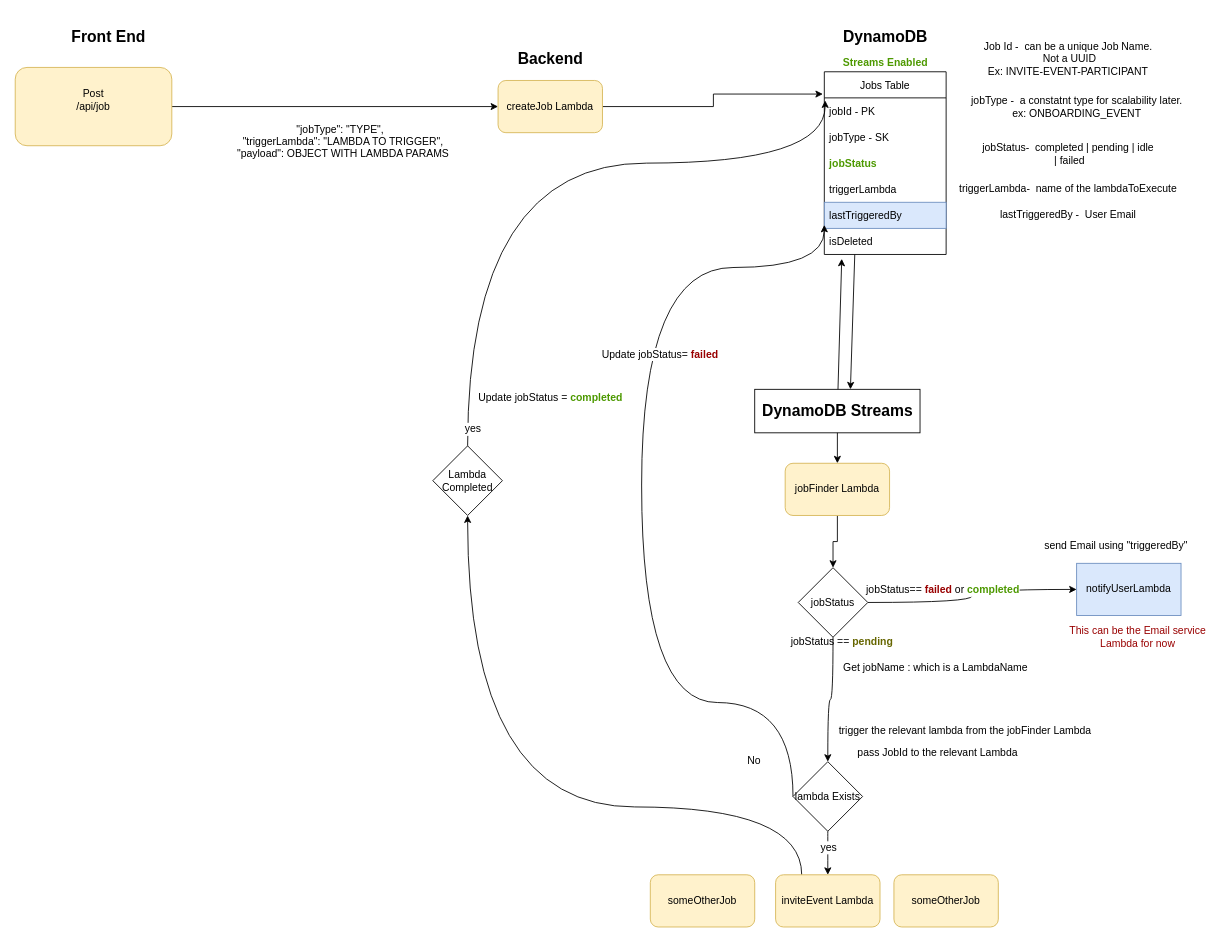
Above: Background Job Flow.drawio in heshanWick/superglu-diagrams (draw.io), before the change. Source tidied: cells renumbered, new cells numbered last; positions are measured from the earlier drawing's top-left corner, leaving out a move shared by most shapes. Both pictures are drawn from the tidied source at 87%, with x=0, y=0 at pixel (15, 15).
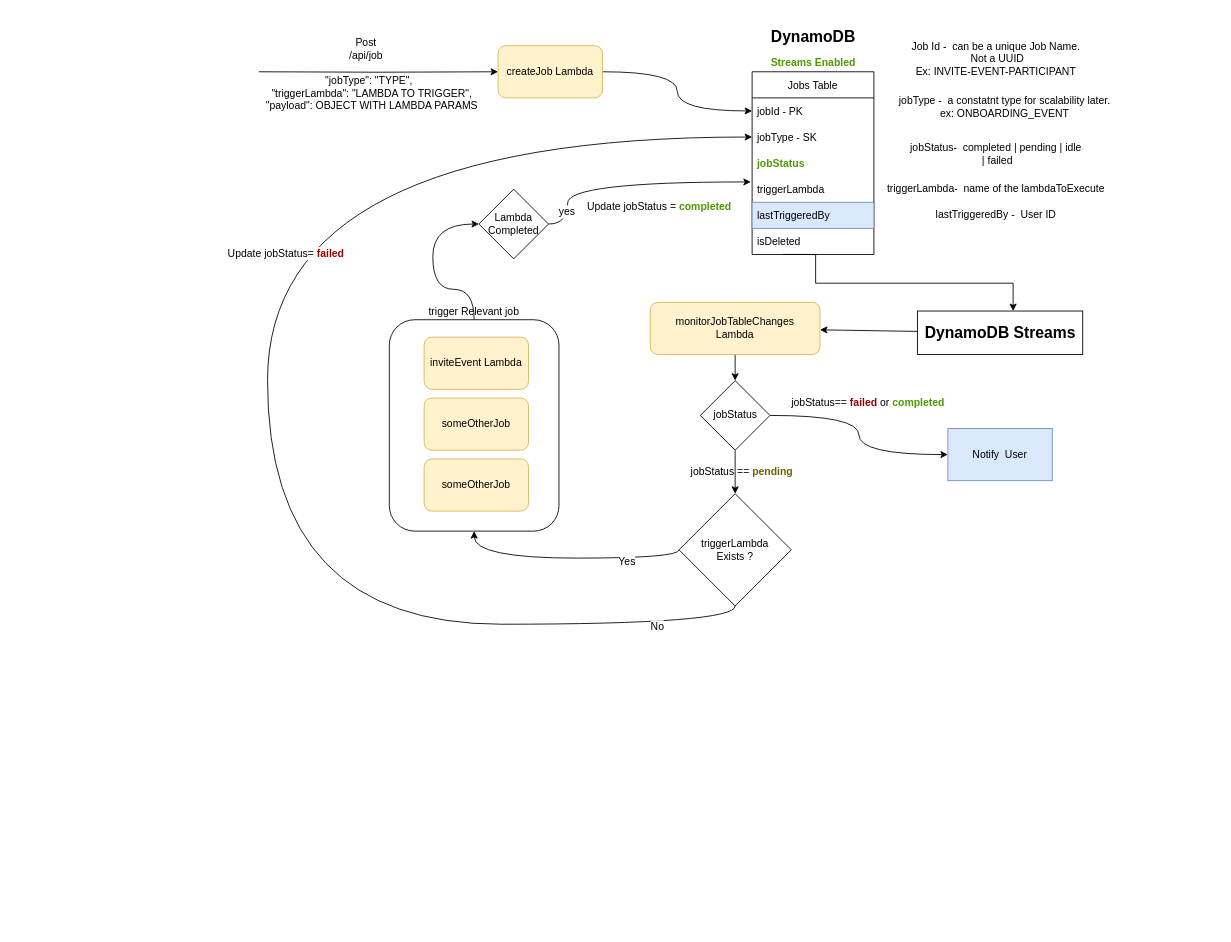
The same diagram, later.

Unchanged cells that the change refers to:
```xml
<mxCell id="4" value="jobId - PK" style="text;strokeColor=none;fillColor=none;align=left;verticalAlign=middle;spacingLeft=4;spacingRight=4;overflow=hidden;points=[[0,0.5],[1,0.5]];portConstraint=eastwest;" parent="3" vertex="1">
  <mxGeometry y="30" width="140" height="30" as="geometry" />
</mxCell>
<mxCell id="5" value="jobType - SK" style="text;strokeColor=none;fillColor=none;align=left;verticalAlign=middle;spacingLeft=4;spacingRight=4;overflow=hidden;points=[[0,0.5],[1,0.5]];portConstraint=eastwest;" parent="3" vertex="1">
  <mxGeometry y="60" width="140" height="30" as="geometry" />
</mxCell>
<mxCell id="7" value="triggerLambda" style="text;strokeColor=none;fillColor=none;align=left;verticalAlign=middle;spacingLeft=4;spacingRight=4;overflow=hidden;points=[[0,0.5],[1,0.5]];portConstraint=eastwest;" parent="3" vertex="1">
  <mxGeometry y="120" width="140" height="30" as="geometry" />
</mxCell>
<mxCell id="9" value="isDeleted" style="text;strokeColor=none;fillColor=none;align=left;verticalAlign=middle;spacingLeft=4;spacingRight=4;overflow=hidden;points=[[0,0.5],[1,0.5]];portConstraint=eastwest;" parent="3" vertex="1">
  <mxGeometry y="180" width="140" height="30" as="geometry" />
</mxCell>
<mxCell id="40" style="edgeStyle=orthogonalEdgeStyle;curved=1;rounded=0;jettySize=auto;html=1;fontSize=12;entryX=0;entryY=0.5;entryDx=0;entryDy=0;" parent="1" edge="1" source="42" target="44">
  <mxGeometry relative="1" as="geometry" />
</mxCell>
```

The edit, as a diff of the source:
```diff
@@
     <mxCell id="2" value="&lt;b&gt;&lt;font color=&quot;#4D9900&quot;&gt;Streams Enabled&lt;/font&gt;&lt;/b&gt;" style="text;html=1;align=center;verticalAlign=middle;strokeColor=none;fillColor=none;" parent="1" vertex="1">
-      <mxGeometry x="945" y="45" width="110" height="20" as="geometry" />
+      <mxGeometry x="862" y="45" width="110" height="20" as="geometry" />
     </mxCell>
     <mxCell id="3" value="Jobs Table" style="swimlane;fontStyle=0;horizontal=1;startSize=30;" parent="1" vertex="1">
-      <mxGeometry x="930" y="65" width="140" height="210" as="geometry" />
+      <mxGeometry x="847" y="65" width="140" height="210" as="geometry" />
     </mxCell>
@@
     <mxCell id="10" value="DynamoDB" style="text;html=1;align=center;verticalAlign=middle;strokeColor=none;fillColor=none;fontSize=18;fontStyle=1;" parent="1" vertex="1">
-      <mxGeometry x="945" y="10" width="110" height="30" as="geometry" />
+      <mxGeometry x="862" y="10" width="110" height="30" as="geometry" />
     </mxCell>
     <mxCell id="11" value="&lt;h1 class=&quot;topictitle&quot; id=&quot;Streams&quot; style=&quot;font-size: 18px;&quot;&gt;DynamoDB Streams&lt;/h1&gt;" style="text;html=1;align=center;verticalAlign=middle;points=[];strokeColor=default;fillColor=none;fontSize=18;" parent="1" vertex="1">
-      <mxGeometry x="850" y="430" width="190" height="50" as="geometry" />
+      <mxGeometry x="1037" y="340" width="190" height="50" as="geometry" />
     </mxCell>
-    <mxCell id="12" value="&lt;h1 class=&quot;topictitle&quot; id=&quot;Streams&quot; style=&quot;font-size: 18px&quot;&gt;Backend&lt;br&gt;&lt;/h1&gt;" style="text;html=1;align=center;verticalAlign=middle;strokeColor=none;fillColor=none;fontSize=18;" parent="1" vertex="1">
-      <mxGeometry x="570" y="25" width="90" height="50" as="geometry" />
-    </mxCell>
-    <mxCell id="13" style="edgeStyle=orthogonalEdgeStyle;rounded=0;jettySize=auto;html=1;fontSize=12;entryX=-0.012;entryY=0.122;entryDx=0;entryDy=0;entryPerimeter=0;" parent="1" edge="1" source="14" target="3">
+    <mxCell id="13" style="edgeStyle=orthogonalEdgeStyle;rounded=0;jettySize=auto;html=1;fontSize=12;entryX=0;entryY=0.5;entryDx=0;entryDy=0;curved=1;" parent="1" edge="1" source="14" target="4">
       <mxGeometry relative="1" as="geometry" />
     </mxCell>
     <mxCell id="14" value="createJob Lambda" style="rounded=1;whiteSpace=wrap;html=1;fontSize=12;fillColor=#fff2cc;strokeColor=#d6b656;" parent="1" vertex="1">
-      <mxGeometry x="555" y="75" width="120" height="60" as="geometry" />
+      <mxGeometry x="555" y="35" width="120" height="60" as="geometry" />
     </mxCell>
     <mxCell id="15" value="&lt;div&gt;Job Id -&amp;nbsp; can be a unique Job Name.&lt;/div&gt;&lt;div&gt;&amp;nbsp;Not a UUID&lt;/div&gt;&lt;div&gt;Ex: INVITE-EVENT-PARTICIPANT&lt;br&gt;&lt;/div&gt;" style="text;html=1;align=center;verticalAlign=middle;strokeColor=none;fillColor=none;fontSize=12;" parent="1" vertex="1">
-      <mxGeometry x="1105" y="25" width="210" height="50" as="geometry" />
+      <mxGeometry x="1022" y="25" width="210" height="50" as="geometry" />
     </mxCell>
     <mxCell id="16" value="&lt;div&gt;jobStatus-&amp;nbsp; completed | pending | idle&lt;br&gt;&lt;/div&gt;&amp;nbsp;| failed" style="text;html=1;align=center;verticalAlign=middle;strokeColor=none;fillColor=none;fontSize=12;" parent="1" vertex="1">
-      <mxGeometry x="1100" y="145" width="220" height="30" as="geometry" />
+      <mxGeometry x="1017" y="145" width="220" height="30" as="geometry" />
     </mxCell>
     <mxCell id="17" value="&lt;div&gt;jobType -&amp;nbsp; a constatnt type for scalability later.&lt;/div&gt;&lt;div&gt;ex: ONBOARDING_EVENT &lt;br&gt;&lt;/div&gt;" style="text;html=1;align=center;verticalAlign=middle;strokeColor=none;fillColor=none;fontSize=12;" parent="1" vertex="1">
-      <mxGeometry x="1090" y="90" width="260" height="30" as="geometry" />
+      <mxGeometry x="1007" y="90" width="260" height="30" as="geometry" />
     </mxCell>
-    <mxCell id="18" style="endArrow=classic;html=1;rounded=0;fontSize=12;" parent="1" edge="1" source="11">
-      <mxGeometry relative="1" as="geometry">
-        <mxPoint x="950" y="280" as="targetPoint" />
-      </mxGeometry>
-    </mxCell>
-    <mxCell id="19" style="endArrow=classic;html=1;rounded=0;fontSize=12;exitX=0.25;exitY=1;exitDx=0;exitDy=0;entryX=0.579;entryY=0;entryDx=0;entryDy=0;entryPerimeter=0;" parent="1" edge="1" source="3" target="11">
-      <mxGeometry relative="1" as="geometry" />
+    <mxCell id="19" style="endArrow=classic;html=1;rounded=0;fontSize=12;exitX=0.25;exitY=1;exitDx=0;exitDy=0;entryX=0.579;entryY=0;entryDx=0;entryDy=0;entryPerimeter=0;edgeStyle=orthogonalEdgeStyle;" parent="1" edge="1" source="3" target="11">
+      <mxGeometry relative="1" as="geometry">
+        <Array as="points">
+          <mxPoint x="920" y="275" />
+          <mxPoint x="920" y="308" />
+          <mxPoint x="1147" y="308" />
+        </Array>
+      </mxGeometry>
     </mxCell>
@@
     <mxCell id="21" value="&lt;div&gt;triggerLambda-&amp;nbsp; name of the lambdaToExecute&lt;br&gt;&lt;/div&gt;" style="text;html=1;align=center;verticalAlign=middle;strokeColor=none;fillColor=none;fontSize=12;" parent="1" vertex="1">
-      <mxGeometry x="1075" y="190" width="270" height="20" as="geometry" />
+      <mxGeometry x="992" y="190" width="270" height="20" as="geometry" />
     </mxCell>
-    <mxCell id="22" value="&lt;div&gt;Get jobName : which is a LambdaName&lt;br&gt;&lt;/div&gt;" style="text;html=1;align=left;verticalAlign=middle;strokeColor=none;fillColor=none;fontSize=12;" parent="1" vertex="1">
-      <mxGeometry x="950" y="740" width="240" height="20" as="geometry" />
-    </mxCell>
-    <mxCell id="23" style="edgeStyle=orthogonalEdgeStyle;rounded=0;jettySize=auto;html=1;exitX=0.25;exitY=0;exitDx=0;exitDy=0;entryX=0.5;entryY=1;entryDx=0;entryDy=0;curved=1;" parent="1" edge="1" source="24" target="30">
-      <mxGeometry relative="1" as="geometry">
-        <Array as="points">
-          <mxPoint x="904" y="910" />
-          <mxPoint x="520" y="910" />
-        </Array>
-      </mxGeometry>
-    </mxCell>
-    <mxCell id="24" value="inviteEvent Lambda" style="rounded=1;whiteSpace=wrap;html=1;fontSize=12;fillColor=#fff2cc;strokeColor=#d6b656;" parent="1" vertex="1">
-      <mxGeometry x="874" y="988" width="120" height="60" as="geometry" />
-    </mxCell>
-    <mxCell id="25" value="trigger the relevant lambda from the jobFinder Lambda" style="text;html=1;align=left;verticalAlign=middle;strokeColor=none;fillColor=none;fontSize=12;" parent="1" vertex="1">
-      <mxGeometry x="945" y="813" width="310" height="20" as="geometry" />
-    </mxCell>
-    <mxCell id="26" value="someOtherJob" style="rounded=1;whiteSpace=wrap;html=1;fontSize=12;fillColor=#fff2cc;strokeColor=#d6b656;" parent="1" vertex="1">
-      <mxGeometry x="730" y="988" width="120" height="60" as="geometry" />
-    </mxCell>
-    <mxCell id="27" value="someOtherJob" style="rounded=1;whiteSpace=wrap;html=1;fontSize=12;fillColor=#fff2cc;strokeColor=#d6b656;" parent="1" vertex="1">
-      <mxGeometry x="1010" y="988" width="120" height="60" as="geometry" />
-    </mxCell>
-    <mxCell id="28" style="endArrow=classic;html=1;rounded=0;fontSize=12;exitX=0.5;exitY=0;exitDx=0;exitDy=0;edgeStyle=orthogonalEdgeStyle;curved=1;entryX=0.007;entryY=0.1;entryDx=0;entryDy=0;entryPerimeter=0;startArrow=none;" parent="1" edge="1" source="30" target="4">
-      <mxGeometry relative="1" as="geometry">
-        <Array as="points">
-          <mxPoint x="520" y="170" />
-          <mxPoint x="931" y="170" />
-        </Array>
-      </mxGeometry>
-    </mxCell>
-    <mxCell id="29" value="yes" style="edgeLabel;html=1;align=center;verticalAlign=middle;fontSize=12;" parent="28" vertex="1">
-      <mxGeometry x="-0.95" y="-5" relative="1" as="geometry" />
-    </mxCell>
+    <mxCell id="54" style="edgeStyle=orthogonalEdgeStyle;curved=1;rounded=0;jettySize=auto;html=1;exitX=1;exitY=0.5;exitDx=0;exitDy=0;entryX=-0.011;entryY=0.221;entryDx=0;entryDy=0;entryPerimeter=0;fontSize=12;" parent="1" edge="1" source="30" target="7">
+      <mxGeometry relative="1" as="geometry">
+        <Array as="points">
+          <mxPoint x="635" y="192" />
+        </Array>
+      </mxGeometry>
+    </mxCell>
+    <mxCell id="55" value="yes" style="edgeLabel;html=1;align=center;verticalAlign=middle;fontSize=12;" parent="54" vertex="1">
+      <mxGeometry x="-0.74" y="2" relative="1" as="geometry" />
+    </mxCell>
     <mxCell id="30" value="&lt;div&gt;Lambda&lt;/div&gt;&lt;div&gt;Completed&lt;br&gt;&lt;/div&gt;" style="rhombus;whiteSpace=wrap;html=1;fontSize=12;" parent="1" vertex="1">
-      <mxGeometry x="480" y="495" width="80" height="80" as="geometry" />
+      <mxGeometry x="533" y="200" width="80" height="80" as="geometry" />
     </mxCell>
-    <mxCell id="31" value="pass JobId to the relevant Lambda" style="text;html=1;align=center;verticalAlign=middle;strokeColor=none;fillColor=none;fontSize=12;" parent="1" vertex="1">
-      <mxGeometry x="960" y="838" width="200" height="20" as="geometry" />
-    </mxCell>
-    <mxCell id="32" style="edgeStyle=orthogonalEdgeStyle;curved=1;rounded=0;jettySize=auto;html=1;fontSize=12;" parent="1" edge="1" source="37" target="24">
-      <mxGeometry relative="1" as="geometry" />
-    </mxCell>
-    <mxCell id="33" value="yes" style="edgeLabel;html=1;align=center;verticalAlign=middle;fontSize=12;" parent="32" vertex="1">
-      <mxGeometry x="-0.28" relative="1" as="geometry" />
-    </mxCell>
-    <mxCell id="34" style="edgeStyle=orthogonalEdgeStyle;curved=1;rounded=0;jettySize=auto;html=1;fontSize=12;entryX=0;entryY=-0.133;entryDx=0;entryDy=0;entryPerimeter=0;exitX=0;exitY=0.5;exitDx=0;exitDy=0;" parent="1" edge="1" source="37" target="9">
+    <mxCell id="34" style="edgeStyle=orthogonalEdgeStyle;curved=1;rounded=0;jettySize=auto;html=1;fontSize=12;exitX=0.5;exitY=1;exitDx=0;exitDy=0;entryX=0;entryY=0.5;entryDx=0;entryDy=0;" parent="1" edge="1" source="37" target="5">
       <mxGeometry relative="1" as="geometry">
         <Array as="points">
-          <mxPoint x="894" y="790" />
-          <mxPoint x="720" y="790" />
-          <mxPoint x="720" y="290" />
-          <mxPoint x="930" y="290" />
+          <mxPoint x="827" y="700" />
+          <mxPoint x="290" y="700" />
+          <mxPoint x="290" y="140" />
         </Array>
       </mxGeometry>
     </mxCell>
@@
     <mxCell id="36" value="Update jobStatus= &lt;b&gt;&lt;font color=&quot;#990000&quot;&gt;failed&lt;/font&gt;&lt;/b&gt;" style="edgeLabel;html=1;align=center;verticalAlign=middle;fontSize=12;" parent="34" vertex="1">
       <mxGeometry x="-0.02" y="-1" relative="1" as="geometry">
-        <mxPoint x="19" y="-173" as="offset" />
+        <mxPoint x="19" y="-164" as="offset" />
       </mxGeometry>
     </mxCell>
+    <mxCell id="56" style="edgeStyle=orthogonalEdgeStyle;rounded=0;jettySize=auto;html=1;exitX=0;exitY=0.5;exitDx=0;exitDy=0;entryX=0.5;entryY=1;entryDx=0;entryDy=0;fontSize=12;curved=1;" parent="1" edge="1" source="37" target="59">
+      <mxGeometry relative="1" as="geometry">
+        <Array as="points">
+          <mxPoint x="527" y="624" />
+        </Array>
+      </mxGeometry>
+    </mxCell>
+    <mxCell id="57" value="Yes" style="edgeLabel;html=1;align=center;verticalAlign=middle;fontSize=12;" parent="56" vertex="1">
+      <mxGeometry x="-0.49" y="3" relative="1" as="geometry" />
+    </mxCell>
-    <mxCell id="37" value="lambda Exists" style="rhombus;whiteSpace=wrap;html=1;fontSize=12;" parent="1" vertex="1">
-      <mxGeometry x="894" y="858" width="80" height="80" as="geometry" />
+    <mxCell id="37" value="&lt;div&gt;triggerLambda&lt;/div&gt;&lt;div&gt;Exists ?&lt;br&gt;&lt;/div&gt;" style="rhombus;whiteSpace=wrap;html=1;fontSize=12;" parent="1" vertex="1">
+      <mxGeometry x="763" y="550" width="129" height="129" as="geometry" />
     </mxCell>
-    <mxCell id="38" value="Update jobStatus = &lt;font color=&quot;#4D9900&quot;&gt;&lt;b&gt;completed&lt;/b&gt;&lt;/font&gt;" style="text;html=1;align=center;verticalAlign=middle;strokeColor=none;fillColor=none;fontSize=12;" parent="1" vertex="1">
-      <mxGeometry x="525" y="430" width="180" height="20" as="geometry" />
-    </mxCell>
@@
     <mxCell id="41" value="jobStatus== &lt;b&gt;&lt;font color=&quot;#990000&quot;&gt;failed &lt;/font&gt;&lt;/b&gt;or &lt;b&gt;&lt;font color=&quot;#4D9900&quot;&gt;completed&lt;/font&gt;&lt;/b&gt;" style="edgeLabel;html=1;align=center;verticalAlign=middle;fontSize=12;" parent="40" vertex="1">
       <mxGeometry x="-0.64" y="4" relative="1" as="geometry">
-        <mxPoint x="39" y="-11" as="offset" />
+        <mxPoint x="67" y="-11" as="offset" />
       </mxGeometry>
     </mxCell>
     <mxCell id="42" value="jobStatus" style="rhombus;whiteSpace=wrap;html=1;fontSize=12;" parent="1" vertex="1">
-      <mxGeometry x="900" y="635" width="80" height="80" as="geometry" />
+      <mxGeometry x="787.5" y="420" width="80" height="80" as="geometry" />
     </mxCell>
     <mxCell id="43" value="jobStatus == &lt;b&gt;&lt;font color=&quot;#666600&quot;&gt;pending&lt;/font&gt;&lt;/b&gt;" style="text;html=1;align=center;verticalAlign=middle;strokeColor=none;fillColor=none;fontSize=12;" parent="1" vertex="1">
-      <mxGeometry x="885" y="710" width="130" height="20" as="geometry" />
+      <mxGeometry x="770" y="515" width="130" height="20" as="geometry" />
     </mxCell>
-    <mxCell id="44" value="notifyUserLambda" style="rounded=0;whiteSpace=wrap;html=1;fontSize=12;fillColor=#dae8fc;strokeColor=#6c8ebf;" parent="1" vertex="1">
-      <mxGeometry x="1220" y="630" width="120" height="60" as="geometry" />
+    <mxCell id="44" value="Notify&amp;nbsp; User" style="rounded=0;whiteSpace=wrap;html=1;fontSize=12;fillColor=#dae8fc;strokeColor=#6c8ebf;" parent="1" vertex="1">
+      <mxGeometry x="1072" y="475" width="120" height="60" as="geometry" />
     </mxCell>
-    <mxCell id="45" value="lastTriggeredBy -&amp;nbsp; User Email" style="text;html=1;align=center;verticalAlign=middle;strokeColor=none;fillColor=none;fontSize=12;" parent="1" vertex="1">
-      <mxGeometry x="1120" y="220" width="180" height="20" as="geometry" />
+    <mxCell id="45" value="lastTriggeredBy -&amp;nbsp; User ID" style="text;html=1;align=center;verticalAlign=middle;strokeColor=none;fillColor=none;fontSize=12;" parent="1" vertex="1">
+      <mxGeometry x="1047" y="220" width="160" height="20" as="geometry" />
     </mxCell>
-    <mxCell id="46" value="send Email using &quot;triggeredBy&quot;" style="text;html=1;align=center;verticalAlign=middle;strokeColor=none;fillColor=none;fontSize=12;" parent="1" vertex="1">
-      <mxGeometry x="1170" y="600" width="190" height="20" as="geometry" />
-    </mxCell>
-    <mxCell id="47" value="&lt;div&gt;This can be the Email service &lt;br&gt;&lt;/div&gt;&lt;div&gt;Lambda for now&lt;br&gt;&lt;/div&gt;" style="text;html=1;align=center;verticalAlign=middle;strokeColor=none;fillColor=none;fontSize=12;fontColor=#990000;" parent="1" vertex="1">
-      <mxGeometry x="1200" y="700" width="180" height="30" as="geometry" />
-    </mxCell>
-    <mxCell id="48" style="edgeStyle=orthogonalEdgeStyle;rounded=0;jettySize=auto;html=1;" parent="1" edge="1" source="49" target="14">
-      <mxGeometry relative="1" as="geometry" />
+    <mxCell id="48" style="edgeStyle=orthogonalEdgeStyle;rounded=0;jettySize=auto;html=1;" parent="1" edge="1" target="14">
+      <mxGeometry relative="1" as="geometry">
+        <mxPoint x="280" y="65" as="sourcePoint" />
+      </mxGeometry>
     </mxCell>
-    <mxCell id="49" value="&lt;div&gt;Post&lt;/div&gt;&lt;div&gt;/api/job&lt;/div&gt;&lt;div&gt;&amp;nbsp; &lt;br&gt;&lt;/div&gt;" style="rounded=1;whiteSpace=wrap;html=1;fontSize=12;fillColor=#fff2cc;strokeColor=#d6b656;" parent="1" vertex="1">
-      <mxGeometry y="60" width="180" height="90" as="geometry" />
-    </mxCell>
-    <mxCell id="50" value="&lt;h1 class=&quot;topictitle&quot; id=&quot;Streams&quot; style=&quot;font-size: 18px&quot;&gt;Front End&lt;br&gt;&lt;/h1&gt;" style="text;html=1;align=center;verticalAlign=middle;strokeColor=none;fillColor=none;fontSize=18;" parent="1" vertex="1">
-      <mxGeometry x="57" width="100" height="50" as="geometry" />
-    </mxCell>
-    <mxCell id="51" value="&amp;nbsp; &quot;jobType&quot;: &quot;TYPE&quot;,&lt;br&gt;&amp;nbsp;&amp;nbsp;&amp;nbsp; &quot;triggerLambda&quot;: &quot;LAMBDA TO TRIGGER&quot;,&lt;br&gt;&amp;nbsp;&amp;nbsp;&amp;nbsp; &quot;payload&quot;: OBJECT WITH LAMBDA PARAMS&lt;br&gt;&lt;div&gt;&lt;br&gt;&lt;br&gt;&lt;/div&gt;" style="text;html=1;align=center;verticalAlign=middle;strokeColor=none;fillColor=none;fontSize=12;" parent="1" vertex="1">
-      <mxGeometry x="240" y="120" width="260" height="80" as="geometry" />
+    <mxCell id="51" value="&lt;div&gt;&lt;br&gt;&lt;/div&gt;&lt;div&gt;&lt;div&gt;Post&lt;/div&gt;&lt;div&gt;/api/job&lt;/div&gt;&lt;div&gt;&amp;nbsp; &lt;br&gt;&lt;/div&gt;&lt;/div&gt;&lt;div&gt;&amp;nbsp; &quot;jobType&quot;: &quot;TYPE&quot;,&lt;/div&gt;&amp;nbsp;&amp;nbsp;&amp;nbsp; &quot;triggerLambda&quot;: &quot;LAMBDA TO TRIGGER&quot;,&lt;br&gt;&amp;nbsp;&amp;nbsp;&amp;nbsp; &quot;payload&quot;: OBJECT WITH LAMBDA PARAMS&lt;br&gt;&lt;div&gt;&lt;br&gt;&lt;br&gt;&lt;/div&gt;" style="text;html=1;align=center;verticalAlign=middle;strokeColor=none;fillColor=none;fontSize=12;" parent="1" vertex="1">
+      <mxGeometry x="273" y="10" width="260" height="130" as="geometry" />
     </mxCell>
@@
-    <mxCell id="53" value="jobFinder Lambda" style="rounded=1;whiteSpace=wrap;html=1;fontSize=12;fillColor=#fff2cc;strokeColor=#d6b656;" parent="1" vertex="1">
-      <mxGeometry x="885" y="515" width="120" height="60" as="geometry" />
+    <mxCell id="53" value="&lt;div&gt;monitorJobTableChanges&lt;/div&gt;&lt;div&gt;Lambda&lt;/div&gt;" style="rounded=1;whiteSpace=wrap;html=1;fontSize=12;fillColor=#fff2cc;strokeColor=#d6b656;" parent="1" vertex="1">
+      <mxGeometry x="730" y="330" width="195" height="60" as="geometry" />
     </mxCell>
+    <mxCell id="58" style="group;" parent="1" vertex="1">
+      <mxGeometry x="430" y="350" width="195" height="243" as="geometry" />
+    </mxCell>
+    <mxCell id="59" value="trigger Relevant job" style="rounded=1;whiteSpace=wrap;html=1;fontSize=12;labelPosition=center;verticalLabelPosition=top;align=center;verticalAlign=bottom;" parent="58" vertex="1">
+      <mxGeometry width="195" height="243" as="geometry" />
+    </mxCell>
+    <mxCell id="24" value="inviteEvent Lambda" style="rounded=1;whiteSpace=wrap;html=1;fontSize=12;fillColor=#fff2cc;strokeColor=#d6b656;" parent="58" vertex="1">
+      <mxGeometry x="40" y="20" width="120" height="60" as="geometry" />
+    </mxCell>
+    <mxCell id="60" value="someOtherJob" style="rounded=1;whiteSpace=wrap;html=1;fontSize=12;fillColor=#fff2cc;strokeColor=#d6b656;" parent="58" vertex="1">
+      <mxGeometry x="40" y="90" width="120" height="60" as="geometry" />
+    </mxCell>
+    <mxCell id="61" value="someOtherJob" style="rounded=1;whiteSpace=wrap;html=1;fontSize=12;fillColor=#fff2cc;strokeColor=#d6b656;" parent="58" vertex="1">
+      <mxGeometry x="40" y="160" width="120" height="60" as="geometry" />
+    </mxCell>
+    <mxCell id="62" style="edgeStyle=orthogonalEdgeStyle;curved=1;rounded=0;jettySize=auto;html=1;entryX=0;entryY=0.5;entryDx=0;entryDy=0;" parent="1" edge="1" source="59" target="30">
+      <mxGeometry relative="1" as="geometry">
+        <Array as="points">
+          <mxPoint x="527" y="315" />
+          <mxPoint x="480" y="315" />
+          <mxPoint x="480" y="240" />
+        </Array>
+      </mxGeometry>
+    </mxCell>
+    <mxCell id="38" value="Update jobStatus = &lt;font style=&quot;font-size: 12px&quot; color=&quot;#4D9900&quot;&gt;&lt;b style=&quot;font-size: 12px&quot;&gt;completed&lt;/b&gt;&lt;/font&gt;" style="text;html=1;align=center;verticalAlign=middle;strokeColor=none;fillColor=none;fontSize=12;" parent="1" vertex="1">
+      <mxGeometry x="650" y="210" width="180" height="20" as="geometry" />
+    </mxCell>
```
